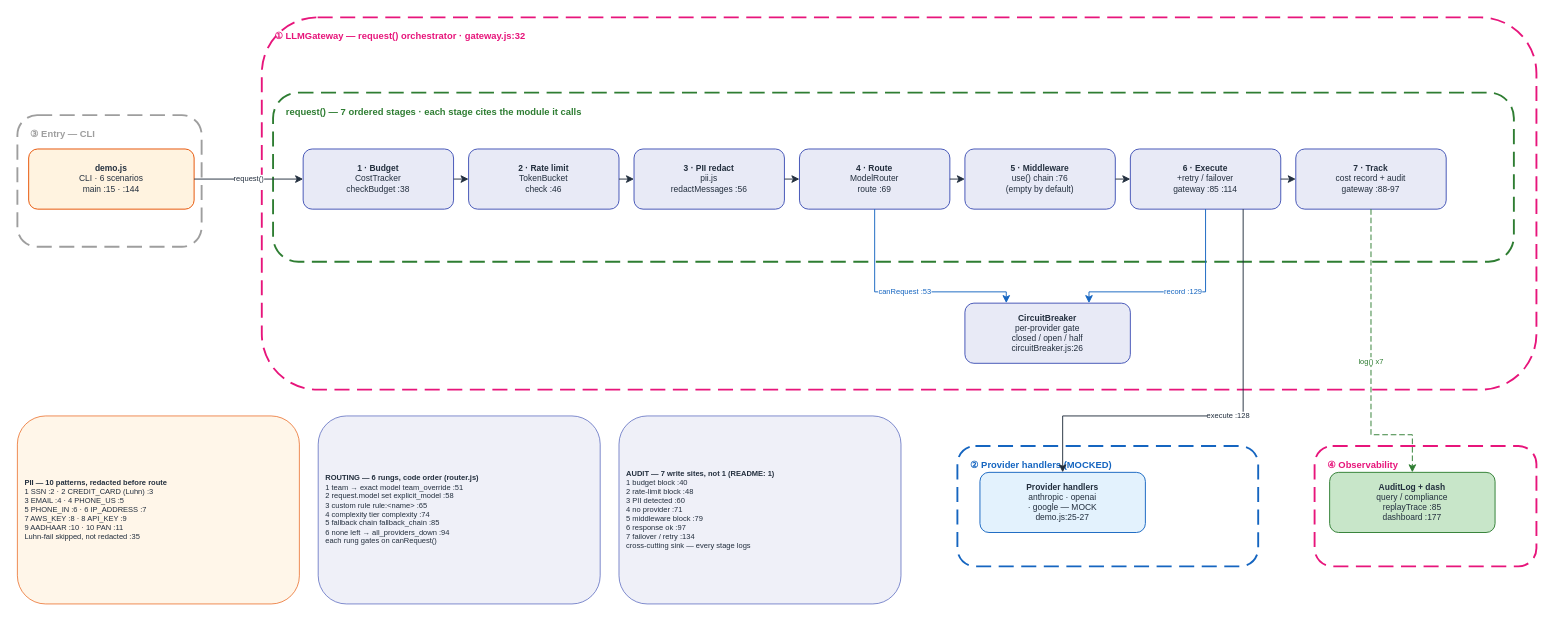
This is docs/diagrams/llm_gateway_v1/HOA_LlmGateway_v1.drawio from gmaheshraju/Hands-on-AgenticAI, a draw.io file, before an edit. Source tidied: cells renumbered, new cells numbered last; positions are measured from the earlier drawing's top-left corner, leaving out a move shared by most shapes. Both pictures are drawn from the tidied source at 94%, with x=0, y=0 at pixel (17, 17).
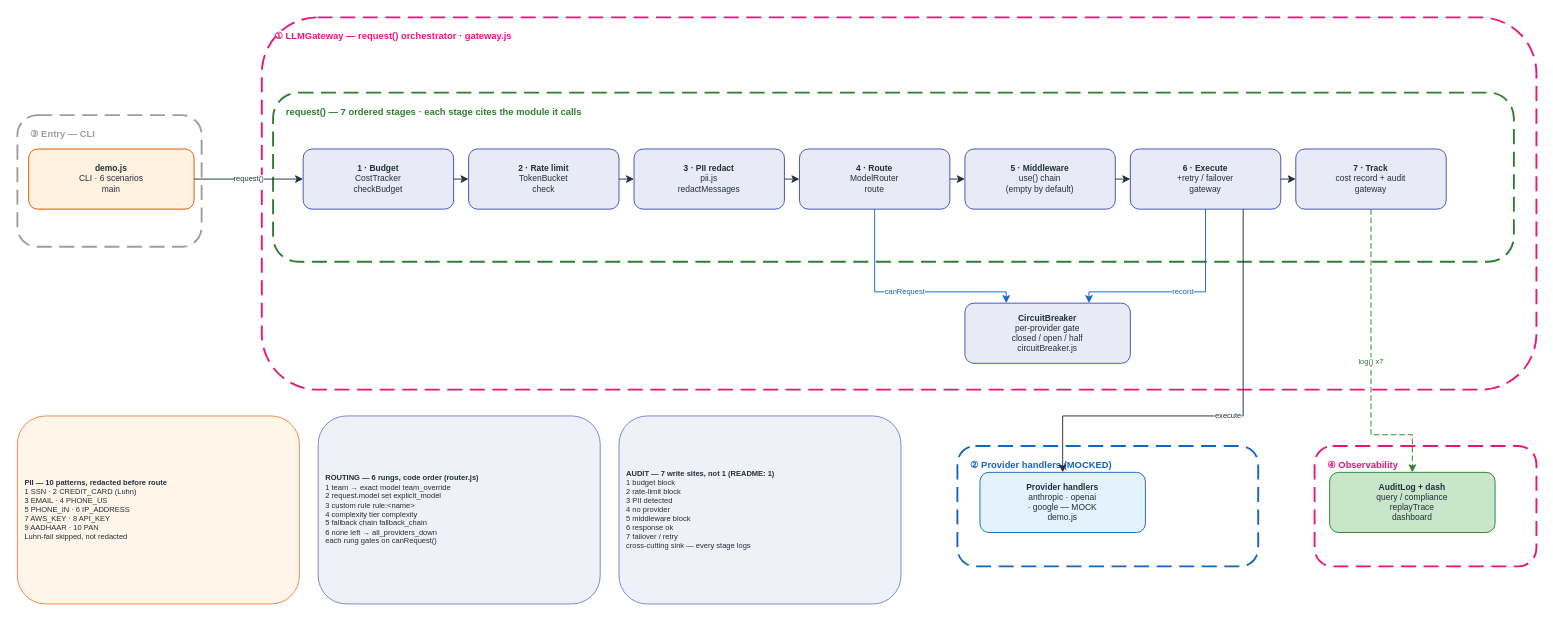
The same diagram, later.

Diff of the diagram source:
```diff
@@
-    <mxCell id="5" value="① LLMGateway — request() orchestrator · gateway.js:32" style="text;fontSize=10;fontStyle=1;fontColor=#E7157B;align=left;html=1;whiteSpace=wrap;" parent="1" vertex="1">
+    <mxCell id="5" value="① LLMGateway — request() orchestrator · gateway.js" style="text;fontSize=10;fontStyle=1;fontColor=#E7157B;align=left;html=1;whiteSpace=wrap;" parent="1" vertex="1">
       <mxGeometry x="272" y="8" width="1340" height="16" as="geometry" />
     </mxCell>
@@
-    <mxCell id="12" value="&lt;b&gt;demo.js&lt;/b&gt;&lt;br&gt;CLI · 6 scenarios&lt;br&gt;main :15 · :144" style="rounded=1;fillColor=#FFF3E0;strokeColor=#E65100;fontSize=9;fontColor=#232F3E;html=1;whiteSpace=wrap;align=center;" parent="1" vertex="1">
+    <mxCell id="12" value="&lt;b&gt;demo.js&lt;/b&gt;&lt;br&gt;CLI · 6 scenarios&lt;br&gt;main" style="rounded=1;fillColor=#FFF3E0;strokeColor=#E65100;fontSize=9;fontColor=#232F3E;html=1;whiteSpace=wrap;align=center;" parent="1" vertex="1">
       <mxGeometry x="12" y="140" width="176" height="64" as="geometry" />
     </mxCell>
-    <mxCell id="13" value="&lt;b&gt;1 · Budget&lt;/b&gt;&lt;br&gt;CostTracker&lt;br&gt;checkBudget :38" style="rounded=1;fillColor=#E8EAF6;strokeColor=#3F51B5;fontSize=9;fontColor=#232F3E;html=1;whiteSpace=wrap;align=center;" parent="1" vertex="1">
+    <mxCell id="13" value="&lt;b&gt;1 · Budget&lt;/b&gt;&lt;br&gt;CostTracker&lt;br&gt;checkBudget" style="rounded=1;fillColor=#E8EAF6;strokeColor=#3F51B5;fontSize=9;fontColor=#232F3E;html=1;whiteSpace=wrap;align=center;" parent="1" vertex="1">
       <mxGeometry x="304" y="140" width="160" height="64" as="geometry" />
     </mxCell>
-    <mxCell id="14" value="&lt;b&gt;2 · Rate limit&lt;/b&gt;&lt;br&gt;TokenBucket&lt;br&gt;check :46" style="rounded=1;fillColor=#E8EAF6;strokeColor=#3F51B5;fontSize=9;fontColor=#232F3E;html=1;whiteSpace=wrap;align=center;" parent="1" vertex="1">
+    <mxCell id="14" value="&lt;b&gt;2 · Rate limit&lt;/b&gt;&lt;br&gt;TokenBucket&lt;br&gt;check" style="rounded=1;fillColor=#E8EAF6;strokeColor=#3F51B5;fontSize=9;fontColor=#232F3E;html=1;whiteSpace=wrap;align=center;" parent="1" vertex="1">
       <mxGeometry x="480" y="140" width="160" height="64" as="geometry" />
     </mxCell>
-    <mxCell id="15" value="&lt;b&gt;3 · PII redact&lt;/b&gt;&lt;br&gt;pii.js&lt;br&gt;redactMessages :56" style="rounded=1;fillColor=#E8EAF6;strokeColor=#3F51B5;fontSize=9;fontColor=#232F3E;html=1;whiteSpace=wrap;align=center;" parent="1" vertex="1">
+    <mxCell id="15" value="&lt;b&gt;3 · PII redact&lt;/b&gt;&lt;br&gt;pii.js&lt;br&gt;redactMessages" style="rounded=1;fillColor=#E8EAF6;strokeColor=#3F51B5;fontSize=9;fontColor=#232F3E;html=1;whiteSpace=wrap;align=center;" parent="1" vertex="1">
       <mxGeometry x="656" y="140" width="160" height="64" as="geometry" />
     </mxCell>
-    <mxCell id="16" value="&lt;b&gt;4 · Route&lt;/b&gt;&lt;br&gt;ModelRouter&lt;br&gt;route :69" style="rounded=1;fillColor=#E8EAF6;strokeColor=#3F51B5;fontSize=9;fontColor=#232F3E;html=1;whiteSpace=wrap;align=center;" parent="1" vertex="1">
+    <mxCell id="16" value="&lt;b&gt;4 · Route&lt;/b&gt;&lt;br&gt;ModelRouter&lt;br&gt;route" style="rounded=1;fillColor=#E8EAF6;strokeColor=#3F51B5;fontSize=9;fontColor=#232F3E;html=1;whiteSpace=wrap;align=center;" parent="1" vertex="1">
       <mxGeometry x="832" y="140" width="160" height="64" as="geometry" />
     </mxCell>
-    <mxCell id="17" value="&lt;b&gt;5 · Middleware&lt;/b&gt;&lt;br&gt;use() chain :76&lt;br&gt;(empty by default)" style="rounded=1;fillColor=#E8EAF6;strokeColor=#3F51B5;fontSize=9;fontColor=#232F3E;html=1;whiteSpace=wrap;align=center;" parent="1" vertex="1">
+    <mxCell id="17" value="&lt;b&gt;5 · Middleware&lt;/b&gt;&lt;br&gt;use() chain&lt;br&gt;(empty by default)" style="rounded=1;fillColor=#E8EAF6;strokeColor=#3F51B5;fontSize=9;fontColor=#232F3E;html=1;whiteSpace=wrap;align=center;" parent="1" vertex="1">
       <mxGeometry x="1008" y="140" width="160" height="64" as="geometry" />
     </mxCell>
-    <mxCell id="18" value="&lt;b&gt;6 · Execute&lt;/b&gt;&lt;br&gt;+retry / failover&lt;br&gt;gateway :85 :114" style="rounded=1;fillColor=#E8EAF6;strokeColor=#3F51B5;fontSize=9;fontColor=#232F3E;html=1;whiteSpace=wrap;align=center;" parent="1" vertex="1">
+    <mxCell id="18" value="&lt;b&gt;6 · Execute&lt;/b&gt;&lt;br&gt;+retry / failover&lt;br&gt;gateway" style="rounded=1;fillColor=#E8EAF6;strokeColor=#3F51B5;fontSize=9;fontColor=#232F3E;html=1;whiteSpace=wrap;align=center;" parent="1" vertex="1">
       <mxGeometry x="1184" y="140" width="160" height="64" as="geometry" />
     </mxCell>
-    <mxCell id="19" value="&lt;b&gt;7 · Track&lt;/b&gt;&lt;br&gt;cost record + audit&lt;br&gt;gateway :88-97" style="rounded=1;fillColor=#E8EAF6;strokeColor=#3F51B5;fontSize=9;fontColor=#232F3E;html=1;whiteSpace=wrap;align=center;" parent="1" vertex="1">
+    <mxCell id="19" value="&lt;b&gt;7 · Track&lt;/b&gt;&lt;br&gt;cost record + audit&lt;br&gt;gateway" style="rounded=1;fillColor=#E8EAF6;strokeColor=#3F51B5;fontSize=9;fontColor=#232F3E;html=1;whiteSpace=wrap;align=center;" parent="1" vertex="1">
       <mxGeometry x="1360" y="140" width="160" height="64" as="geometry" />
     </mxCell>
-    <mxCell id="20" value="&lt;b&gt;CircuitBreaker&lt;/b&gt;&lt;br&gt;per-provider gate&lt;br&gt;closed / open / half&lt;br&gt;circuitBreaker.js:26" style="rounded=1;fillColor=#E8EAF6;strokeColor=#3F51B5;fontSize=9;fontColor=#232F3E;html=1;whiteSpace=wrap;align=center;" parent="1" vertex="1">
+    <mxCell id="20" value="&lt;b&gt;CircuitBreaker&lt;/b&gt;&lt;br&gt;per-provider gate&lt;br&gt;closed / open / half&lt;br&gt;circuitBreaker.js" style="rounded=1;fillColor=#E8EAF6;strokeColor=#3F51B5;fontSize=9;fontColor=#232F3E;html=1;whiteSpace=wrap;align=center;" parent="1" vertex="1">
       <mxGeometry x="1008" y="304" width="176" height="64" as="geometry" />
     </mxCell>
-    <mxCell id="21" value="&lt;b&gt;Provider handlers&lt;/b&gt;&lt;br&gt;anthropic · openai&lt;br&gt;· google — MOCK&lt;br&gt;demo.js:25-27" style="rounded=1;fillColor=#E3F2FD;strokeColor=#1565C0;fontSize=9;fontColor=#232F3E;html=1;whiteSpace=wrap;align=center;" parent="1" vertex="1">
+    <mxCell id="21" value="&lt;b&gt;Provider handlers&lt;/b&gt;&lt;br&gt;anthropic · openai&lt;br&gt;· google — MOCK&lt;br&gt;demo.js" style="rounded=1;fillColor=#E3F2FD;strokeColor=#1565C0;fontSize=9;fontColor=#232F3E;html=1;whiteSpace=wrap;align=center;" parent="1" vertex="1">
       <mxGeometry x="1024" y="484" width="176" height="64" as="geometry" />
     </mxCell>
-    <mxCell id="22" value="&lt;b&gt;AuditLog + dash&lt;/b&gt;&lt;br&gt;query / compliance&lt;br&gt;replayTrace :85&lt;br&gt;dashboard :177" style="rounded=1;fillColor=#C8E6C9;strokeColor=#2E7D32;fontSize=9;fontColor=#232F3E;html=1;whiteSpace=wrap;align=center;" parent="1" vertex="1">
+    <mxCell id="22" value="&lt;b&gt;AuditLog + dash&lt;/b&gt;&lt;br&gt;query / compliance&lt;br&gt;replayTrace&lt;br&gt;dashboard" style="rounded=1;fillColor=#C8E6C9;strokeColor=#2E7D32;fontSize=9;fontColor=#232F3E;html=1;whiteSpace=wrap;align=center;" parent="1" vertex="1">
       <mxGeometry x="1396" y="484" width="176" height="64" as="geometry" />
     </mxCell>
-    <mxCell id="23" value="&lt;b&gt;PII — 10 patterns, redacted before route&lt;/b&gt;&lt;br&gt;1 SSN :2   ·   2 CREDIT_CARD (Luhn) :3&lt;br&gt;3 EMAIL :4   ·   4 PHONE_US :5&lt;br&gt;5 PHONE_IN :6   ·   6 IP_ADDRESS :7&lt;br&gt;7 AWS_KEY :8   ·   8 API_KEY :9&lt;br&gt;9 AADHAAR :10   ·   10 PAN :11&lt;br&gt;Luhn-fail skipped, not redacted :35" style="rounded=1;fillColor=#FFF3E0;strokeColor=#E65100;fontSize=8;fontColor=#232F3E;html=1;whiteSpace=wrap;align=left;spacingLeft=6;opacity=70;" parent="1" vertex="1">
+    <mxCell id="23" value="&lt;b&gt;PII — 10 patterns, redacted before route&lt;/b&gt;&lt;br&gt;1 SSN · 2 CREDIT_CARD (Luhn)&lt;br&gt;3 EMAIL · 4 PHONE_US&lt;br&gt;5 PHONE_IN · 6 IP_ADDRESS&lt;br&gt;7 AWS_KEY · 8 API_KEY&lt;br&gt;9 AADHAAR · 10 PAN&lt;br&gt;Luhn-fail skipped, not redacted" style="rounded=1;fillColor=#FFF3E0;strokeColor=#E65100;fontSize=8;fontColor=#232F3E;html=1;whiteSpace=wrap;align=left;spacingLeft=6;opacity=70;" parent="1" vertex="1">
       <mxGeometry y="424" width="300" height="200" as="geometry" />
     </mxCell>
-    <mxCell id="24" value="&lt;b&gt;ROUTING — 6 rungs, code order (router.js)&lt;/b&gt;&lt;br&gt;1 team → exact model    team_override :51&lt;br&gt;2 request.model set     explicit_model :58&lt;br&gt;3 custom rule           rule:&amp;lt;name&amp;gt; :65&lt;br&gt;4 complexity tier       complexity :74&lt;br&gt;5 fallback chain        fallback_chain :85&lt;br&gt;6 none left → all_providers_down :94&lt;br&gt;each rung gates on canRequest()" style="rounded=1;fillColor=#E8EAF6;strokeColor=#3F51B5;fontSize=8;fontColor=#232F3E;html=1;whiteSpace=wrap;align=left;spacingLeft=6;opacity=70;" parent="1" vertex="1">
+    <mxCell id="24" value="&lt;b&gt;ROUTING — 6 rungs, code order (router.js)&lt;/b&gt;&lt;br&gt;1 team → exact model team_override&lt;br&gt;2 request.model set explicit_model&lt;br&gt;3 custom rule rule:&amp;lt;name&amp;gt;&lt;br&gt;4 complexity tier complexity&lt;br&gt;5 fallback chain fallback_chain&lt;br&gt;6 none left → all_providers_down&lt;br&gt;each rung gates on canRequest()" style="rounded=1;fillColor=#E8EAF6;strokeColor=#3F51B5;fontSize=8;fontColor=#232F3E;html=1;whiteSpace=wrap;align=left;spacingLeft=6;opacity=70;" parent="1" vertex="1">
       <mxGeometry x="320" y="424" width="300" height="200" as="geometry" />
     </mxCell>
-    <mxCell id="25" value="&lt;b&gt;AUDIT — 7 write sites, not 1 (README: 1)&lt;/b&gt;&lt;br&gt;1 budget block :40&lt;br&gt;2 rate-limit block :48&lt;br&gt;3 PII detected :60&lt;br&gt;4 no provider :71&lt;br&gt;5 middleware block :79&lt;br&gt;6 response ok :97&lt;br&gt;7 failover / retry :134&lt;br&gt;cross-cutting sink — every stage logs" style="rounded=1;fillColor=#E8EAF6;strokeColor=#3F51B5;fontSize=8;fontColor=#232F3E;html=1;whiteSpace=wrap;align=left;spacingLeft=6;opacity=70;" parent="1" vertex="1">
+    <mxCell id="25" value="&lt;b&gt;AUDIT — 7 write sites, not 1 (README: 1)&lt;/b&gt;&lt;br&gt;1 budget block&lt;br&gt;2 rate-limit block&lt;br&gt;3 PII detected&lt;br&gt;4 no provider&lt;br&gt;5 middleware block&lt;br&gt;6 response ok&lt;br&gt;7 failover / retry&lt;br&gt;cross-cutting sink — every stage logs" style="rounded=1;fillColor=#E8EAF6;strokeColor=#3F51B5;fontSize=8;fontColor=#232F3E;html=1;whiteSpace=wrap;align=left;spacingLeft=6;opacity=70;" parent="1" vertex="1">
       <mxGeometry x="640" y="424" width="300" height="200" as="geometry" />
     </mxCell>
@@
-    <mxCell id="33" value="canRequest :53" style="edgeStyle=orthogonalEdgeStyle;rounded=0;html=1;strokeColor=#1565C0;fontColor=#1565C0;fontSize=8;exitX=0.5;exitY=1;exitDx=0;exitDy=0;entryX=0.25;entryY=0;entryDx=0;entryDy=0;" parent="1" edge="1" source="16" target="20">
+    <mxCell id="33" value="canRequest" style="edgeStyle=orthogonalEdgeStyle;rounded=0;html=1;strokeColor=#1565C0;fontColor=#1565C0;fontSize=8;exitX=0.5;exitY=1;exitDx=0;exitDy=0;entryX=0.25;entryY=0;entryDx=0;entryDy=0;" parent="1" edge="1" source="16" target="20">
       <mxGeometry relative="1" as="geometry">
         <Array as="points">
           <mxPoint x="912" y="292" />
           <mxPoint x="1052" y="292" />
         </Array>
       </mxGeometry>
     </mxCell>
-    <mxCell id="34" value="record :129" style="edgeStyle=orthogonalEdgeStyle;rounded=0;html=1;strokeColor=#1565C0;fontColor=#1565C0;fontSize=8;exitX=0.5;exitY=1;exitDx=0;exitDy=0;entryX=0.75;entryY=0;entryDx=0;entryDy=0;" parent="1" edge="1" source="18" target="20">
+    <mxCell id="34" value="record" style="edgeStyle=orthogonalEdgeStyle;rounded=0;html=1;strokeColor=#1565C0;fontColor=#1565C0;fontSize=8;exitX=0.5;exitY=1;exitDx=0;exitDy=0;entryX=0.75;entryY=0;entryDx=0;entryDy=0;" parent="1" edge="1" source="18" target="20">
       <mxGeometry relative="1" as="geometry">
         <Array as="points">
           <mxPoint x="1264" y="292" />
           <mxPoint x="1140" y="292" />
         </Array>
       </mxGeometry>
     </mxCell>
-    <mxCell id="35" value="execute :128" style="edgeStyle=orthogonalEdgeStyle;rounded=0;html=1;strokeColor=#232F3E;fontColor=#232F3E;fontSize=8;exitX=0.75;exitY=1;exitDx=0;exitDy=0;entryX=0.5;entryY=0;entryDx=0;entryDy=0;" parent="1" edge="1" source="18" target="21">
+    <mxCell id="35" value="execute" style="edgeStyle=orthogonalEdgeStyle;rounded=0;html=1;strokeColor=#232F3E;fontColor=#232F3E;fontSize=8;exitX=0.75;exitY=1;exitDx=0;exitDy=0;entryX=0.5;entryY=0;entryDx=0;entryDy=0;" parent="1" edge="1" source="18" target="21">
       <mxGeometry relative="1" as="geometry">
         <Array as="points">
           <mxPoint x="1304" y="424" />
           <mxPoint x="1112" y="424" />
         </Array>
       </mxGeometry>
     </mxCell>
```
